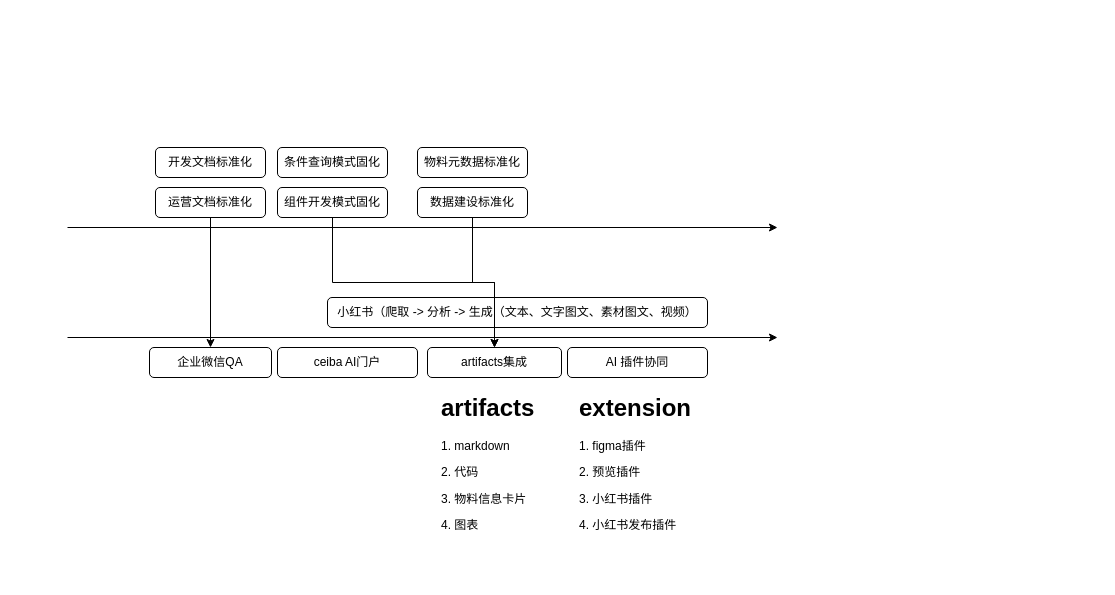
Before: ceiba_ai.drawio in axtrur/resource, a draw.io diagram. Source tidied: cells renumbered, new cells numbered last; positions are measured from the earlier drawing's top-left corner, leaving out a move shared by most shapes. Both pictures are drawn from the tidied source at 100%, with x=0, y=0 at pixel (67, 147).
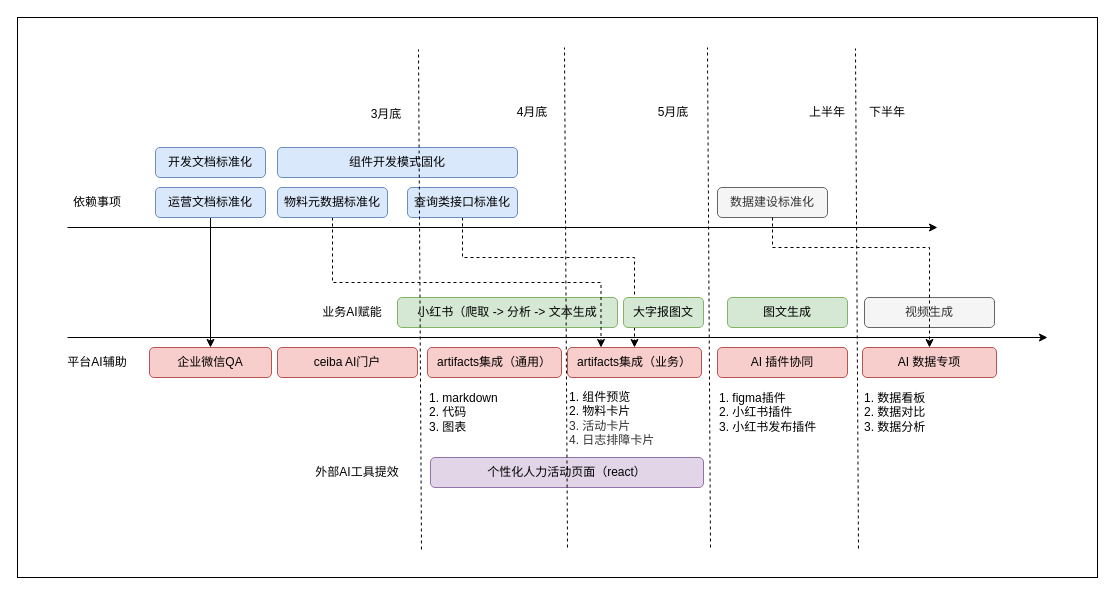
After the change.

Diff of the diagram source:
```diff
@@
+    <mxCell id="20" style="rounded=0;whiteSpace=wrap;html=1;" parent="1" vertex="1">
+      <mxGeometry x="-50" y="-130" width="1080" height="560" as="geometry" />
+    </mxCell>
-    <mxCell id="2" value="企业微信QA" style="rounded=1;whiteSpace=wrap;html=1;" parent="1" vertex="1">
+    <mxCell id="2" value="企业微信QA" style="rounded=1;whiteSpace=wrap;html=1;fillColor=#f8cecc;strokeColor=#b85450;" parent="1" vertex="1">
       <mxGeometry x="82" y="200" width="122" height="30" as="geometry" />
     </mxCell>
     <mxCell id="3" style="endArrow=classic;html=1;rounded=0;" parent="1" edge="1">
       <mxGeometry relative="1" as="geometry">
         <mxPoint y="80" as="sourcePoint" />
-        <mxPoint x="710" y="80" as="targetPoint" />
+        <mxPoint x="870" y="80" as="targetPoint" />
       </mxGeometry>
     </mxCell>
     <mxCell id="4" style="endArrow=classic;html=1;rounded=0;" parent="1" edge="1">
       <mxGeometry relative="1" as="geometry">
         <mxPoint y="190" as="sourcePoint" />
-        <mxPoint x="710" y="190" as="targetPoint" />
+        <mxPoint x="980" y="190" as="targetPoint" />
       </mxGeometry>
     </mxCell>
-    <mxCell id="5" value="ceiba AI门户" style="rounded=1;whiteSpace=wrap;html=1;" parent="1" vertex="1">
+    <mxCell id="5" value="ceiba AI门户" style="rounded=1;whiteSpace=wrap;html=1;fillColor=#f8cecc;strokeColor=#b85450;" parent="1" vertex="1">
       <mxGeometry x="210" y="200" width="140" height="30" as="geometry" />
     </mxCell>
-    <mxCell id="6" value="小红书（爬取 -&amp;gt; 分析 -&amp;gt; 生成（文本、文字图文、素材图文、视频）" style="rounded=1;whiteSpace=wrap;html=1;" parent="1" vertex="1">
-      <mxGeometry x="260" y="150" width="380" height="30" as="geometry" />
+    <mxCell id="6" value="小红书（爬取 -&amp;gt; 分析 -&amp;gt; 文本生成" style="rounded=1;whiteSpace=wrap;html=1;fillColor=#d5e8d4;strokeColor=#82b366;" parent="1" vertex="1">
+      <mxGeometry x="330" y="150" width="220" height="30" as="geometry" />
     </mxCell>
-    <mxCell id="7" value="AI 插件协同" style="rounded=1;whiteSpace=wrap;html=1;" parent="1" vertex="1">
-      <mxGeometry x="500" y="200" width="140" height="30" as="geometry" />
+    <mxCell id="7" value="AI 插件协同" style="rounded=1;whiteSpace=wrap;html=1;fillColor=#f8cecc;strokeColor=#b85450;" parent="1" vertex="1">
+      <mxGeometry x="650" y="200" width="130" height="30" as="geometry" />
     </mxCell>
-    <mxCell id="8" value="artifacts集成" style="rounded=1;whiteSpace=wrap;html=1;" parent="1" vertex="1">
+    <mxCell id="8" value="artifacts集成（通用）" style="rounded=1;whiteSpace=wrap;html=1;fillColor=#f8cecc;strokeColor=#b85450;" parent="1" vertex="1">
       <mxGeometry x="360" y="200" width="134" height="30" as="geometry" />
     </mxCell>
-    <mxCell id="9" value="&lt;h1 style=&quot;margin-top: 0px;&quot;&gt;artifacts&lt;/h1&gt;&lt;p&gt;1. markdown&lt;/p&gt;&lt;p&gt;2. 代码&lt;/p&gt;&lt;p&gt;3. 物料信息卡片&lt;/p&gt;&lt;p&gt;4. 图表&lt;/p&gt;" style="text;html=1;whiteSpace=wrap;overflow=hidden;rounded=0;" parent="1" vertex="1">
-      <mxGeometry x="372" y="240" width="110" height="160" as="geometry" />
-    </mxCell>
-    <mxCell id="10" value="&lt;h1 style=&quot;margin-top: 0px;&quot;&gt;extension&lt;/h1&gt;&lt;p&gt;1. figma插件&lt;/p&gt;&lt;p&gt;2. 预览插件&lt;/p&gt;&lt;p&gt;3. 小红书插件&lt;/p&gt;&lt;p&gt;4. 小红书发布插件&lt;/p&gt;" style="text;html=1;whiteSpace=wrap;overflow=hidden;rounded=0;" parent="1" vertex="1">
-      <mxGeometry x="510" y="240" width="120" height="160" as="geometry" />
-    </mxCell>
@@
-    <mxCell id="12" value="运营文档标准化" style="rounded=1;whiteSpace=wrap;html=1;" parent="1" vertex="1">
+    <mxCell id="12" value="运营文档标准化" style="rounded=1;whiteSpace=wrap;html=1;fillColor=#dae8fc;strokeColor=#6c8ebf;" parent="1" vertex="1">
       <mxGeometry x="88" y="40" width="110" height="30" as="geometry" />
     </mxCell>
-    <mxCell id="13" style="edgeStyle=orthogonalEdgeStyle;rounded=0;jettySize=auto;html=1;exitX=0.5;exitY=1;exitDx=0;exitDy=0;entryX=0.5;entryY=0;entryDx=0;entryDy=0;" parent="1" edge="1" source="14" target="8">
-      <mxGeometry relative="1" as="geometry" />
+    <mxCell id="13" style="edgeStyle=orthogonalEdgeStyle;rounded=0;jettySize=auto;html=1;exitX=0.5;exitY=1;exitDx=0;exitDy=0;entryX=0.5;entryY=0;entryDx=0;entryDy=0;dashed=1;" parent="1" edge="1" source="31" target="24">
+      <mxGeometry relative="1" as="geometry">
+        <Array as="points">
+          <mxPoint x="395" y="110" />
+          <mxPoint x="567" y="110" />
+        </Array>
+      </mxGeometry>
     </mxCell>
-    <mxCell id="14" value="组件开发模式固化" style="rounded=1;whiteSpace=wrap;html=1;" parent="1" vertex="1">
-      <mxGeometry x="210" y="40" width="110" height="30" as="geometry" />
+    <mxCell id="14" value="组件开发模式固化" style="rounded=1;whiteSpace=wrap;html=1;fillColor=#dae8fc;strokeColor=#6c8ebf;" parent="1" vertex="1">
+      <mxGeometry x="210" width="240" height="30" as="geometry" />
     </mxCell>
-    <mxCell id="15" value="条件查询模式固化" style="rounded=1;whiteSpace=wrap;html=1;" parent="1" vertex="1">
-      <mxGeometry x="210" width="110" height="30" as="geometry" />
-    </mxCell>
+    <mxCell id="21" style="edgeStyle=orthogonalEdgeStyle;rounded=0;jettySize=auto;html=1;exitX=0.5;exitY=1;exitDx=0;exitDy=0;entryX=0.25;entryY=0;entryDx=0;entryDy=0;dashed=1;" parent="1" edge="1" source="16" target="24">
+      <mxGeometry relative="1" as="geometry" />
+    </mxCell>
-    <mxCell id="16" value="物料元数据标准化" style="rounded=1;whiteSpace=wrap;html=1;" parent="1" vertex="1">
-      <mxGeometry x="350" width="110" height="30" as="geometry" />
+    <mxCell id="16" value="物料元数据标准化" style="rounded=1;whiteSpace=wrap;html=1;fillColor=#dae8fc;strokeColor=#6c8ebf;" parent="1" vertex="1">
+      <mxGeometry x="210" y="40" width="110" height="30" as="geometry" />
     </mxCell>
-    <mxCell id="17" style="edgeStyle=orthogonalEdgeStyle;rounded=0;jettySize=auto;html=1;exitX=0.5;exitY=1;exitDx=0;exitDy=0;" parent="1" edge="1" source="18" target="8">
-      <mxGeometry relative="1" as="geometry" />
-    </mxCell>
-    <mxCell id="18" value="数据建设标准化" style="rounded=1;whiteSpace=wrap;html=1;" parent="1" vertex="1">
-      <mxGeometry x="350" y="40" width="110" height="30" as="geometry" />
+    <mxCell id="18" value="数据建设标准化" style="rounded=1;whiteSpace=wrap;html=1;fillColor=#f5f5f5;fontColor=#333333;strokeColor=#666666;" parent="1" vertex="1">
+      <mxGeometry x="650" y="40" width="110" height="30" as="geometry" />
     </mxCell>
-    <mxCell id="19" value="开发文档标准化" style="rounded=1;whiteSpace=wrap;html=1;" parent="1" vertex="1">
+    <mxCell id="19" value="开发文档标准化" style="rounded=1;whiteSpace=wrap;html=1;fillColor=#dae8fc;strokeColor=#6c8ebf;" parent="1" vertex="1">
       <mxGeometry x="88" width="110" height="30" as="geometry" />
     </mxCell>
+    <mxCell id="22" value="视频生成" style="rounded=1;whiteSpace=wrap;html=1;fillColor=#f5f5f5;fontColor=#333333;strokeColor=#666666;" parent="1" vertex="1">
+      <mxGeometry x="797" y="150" width="130" height="30" as="geometry" />
+    </mxCell>
+    <mxCell id="23" value="大字报图文" style="rounded=1;whiteSpace=wrap;html=1;fillColor=#d5e8d4;strokeColor=#82b366;" parent="1" vertex="1">
+      <mxGeometry x="556" y="150" width="80" height="30" as="geometry" />
+    </mxCell>
+    <mxCell id="24" value="artifacts集成（业务）" style="rounded=1;whiteSpace=wrap;html=1;fillColor=#f8cecc;strokeColor=#b85450;" parent="1" vertex="1">
+      <mxGeometry x="500" y="200" width="134" height="30" as="geometry" />
+    </mxCell>
+    <mxCell id="25" value="1. 组件预览&lt;div&gt;2. 物料卡片&lt;/div&gt;&lt;div&gt;&lt;font style=&quot;color: rgb(51, 51, 51);&quot;&gt;3. 活动卡片&lt;/font&gt;&lt;/div&gt;&lt;div&gt;&lt;font style=&quot;color: rgb(51, 51, 51);&quot;&gt;4. 日志排障卡片&lt;/font&gt;&lt;/div&gt;" style="text;html=1;align=left;verticalAlign=middle;whiteSpace=wrap;rounded=0;" parent="1" vertex="1">
+      <mxGeometry x="500" y="236" width="110" height="70" as="geometry" />
+    </mxCell>
+    <mxCell id="26" value="1. markdown&lt;div&gt;2. 代码&lt;/div&gt;&lt;div&gt;&lt;span style=&quot;background-color: transparent; color: light-dark(rgb(0, 0, 0), rgb(255, 255, 255));&quot;&gt;3. 图表&lt;/span&gt;&lt;/div&gt;" style="text;html=1;align=left;verticalAlign=middle;whiteSpace=wrap;rounded=0;" parent="1" vertex="1">
+      <mxGeometry x="360" y="230" width="110" height="70" as="geometry" />
+    </mxCell>
+    <mxCell id="27" value="1. figma插件&lt;div&gt;2. 小红书插件&lt;/div&gt;&lt;div&gt;&lt;span style=&quot;background-color: transparent; color: light-dark(rgb(0, 0, 0), rgb(255, 255, 255));&quot;&gt;3. 小红书发布插件&lt;/span&gt;&lt;/div&gt;" style="text;html=1;align=left;verticalAlign=middle;whiteSpace=wrap;rounded=0;" parent="1" vertex="1">
+      <mxGeometry x="650" y="230" width="110" height="70" as="geometry" />
+    </mxCell>
+    <mxCell id="28" value="图文生成" style="rounded=1;whiteSpace=wrap;html=1;fillColor=#d5e8d4;strokeColor=#82b366;" parent="1" vertex="1">
+      <mxGeometry x="660" y="150" width="120" height="30" as="geometry" />
+    </mxCell>
+    <mxCell id="29" value="依赖事项" style="text;html=1;align=center;verticalAlign=middle;whiteSpace=wrap;rounded=0;" parent="1" vertex="1">
+      <mxGeometry y="40" width="60" height="30" as="geometry" />
+    </mxCell>
+    <mxCell id="30" value="平台AI辅助" style="text;html=1;align=center;verticalAlign=middle;whiteSpace=wrap;rounded=0;" parent="1" vertex="1">
+      <mxGeometry x="-10" y="200" width="80" height="30" as="geometry" />
+    </mxCell>
+    <mxCell id="31" value="查询类接口标准化" style="rounded=1;whiteSpace=wrap;html=1;fillColor=#dae8fc;strokeColor=#6c8ebf;" parent="1" vertex="1">
+      <mxGeometry x="340" y="40" width="110" height="30" as="geometry" />
+    </mxCell>
+    <mxCell id="32" value="业务AI赋能" style="text;html=1;align=center;verticalAlign=middle;whiteSpace=wrap;rounded=0;" parent="1" vertex="1">
+      <mxGeometry x="250" y="150" width="70" height="30" as="geometry" />
+    </mxCell>
+    <mxCell id="33" value="外部AI工具提效" style="text;html=1;align=center;verticalAlign=middle;whiteSpace=wrap;rounded=0;" parent="1" vertex="1">
+      <mxGeometry x="235" y="310" width="110" height="30" as="geometry" />
+    </mxCell>
+    <mxCell id="34" value="个性化人力活动页面（react）" style="rounded=1;whiteSpace=wrap;html=1;fillColor=#e1d5e7;strokeColor=#9673a6;" parent="1" vertex="1">
+      <mxGeometry x="363" y="310" width="273" height="30" as="geometry" />
+    </mxCell>
+    <mxCell id="35" style="endArrow=none;dashed=1;html=1;rounded=0;" parent="1" edge="1">
+      <mxGeometry relative="1" as="geometry">
+        <mxPoint x="791" y="401" as="sourcePoint" />
+        <mxPoint x="788" y="-99" as="targetPoint" />
+      </mxGeometry>
+    </mxCell>
+    <mxCell id="36" value="AI 数据专项" style="rounded=1;whiteSpace=wrap;html=1;fillColor=#f8cecc;strokeColor=#b85450;" parent="1" vertex="1">
+      <mxGeometry x="795" y="200" width="134" height="30" as="geometry" />
+    </mxCell>
+    <mxCell id="37" value="1. 数据看板&lt;div&gt;2. 数据对比&lt;/div&gt;&lt;div&gt;&lt;span style=&quot;background-color: transparent; color: light-dark(rgb(0, 0, 0), rgb(255, 255, 255));&quot;&gt;3. 数据分析&lt;/span&gt;&lt;/div&gt;" style="text;html=1;align=left;verticalAlign=middle;whiteSpace=wrap;rounded=0;" parent="1" vertex="1">
+      <mxGeometry x="795" y="230" width="110" height="70" as="geometry" />
+    </mxCell>
+    <mxCell id="38" value="上半年" style="text;html=1;align=center;verticalAlign=middle;whiteSpace=wrap;rounded=0;" parent="1" vertex="1">
+      <mxGeometry x="730" y="-50" width="60" height="30" as="geometry" />
+    </mxCell>
+    <mxCell id="39" value="下半年" style="text;html=1;align=center;verticalAlign=middle;whiteSpace=wrap;rounded=0;" parent="1" vertex="1">
+      <mxGeometry x="790" y="-50" width="60" height="30" as="geometry" />
+    </mxCell>
+    <mxCell id="40" style="edgeStyle=orthogonalEdgeStyle;rounded=0;jettySize=auto;html=1;exitX=0.5;exitY=1;exitDx=0;exitDy=0;entryX=0.5;entryY=0;entryDx=0;entryDy=0;dashed=1;" parent="1" edge="1" source="18" target="36">
+      <mxGeometry relative="1" as="geometry">
+        <Array as="points">
+          <mxPoint x="705" y="100" />
+          <mxPoint x="862" y="100" />
+        </Array>
+      </mxGeometry>
+    </mxCell>
+    <mxCell id="41" style="endArrow=none;dashed=1;html=1;rounded=0;" parent="1" edge="1">
+      <mxGeometry relative="1" as="geometry">
+        <mxPoint x="500" y="400" as="sourcePoint" />
+        <mxPoint x="497" y="-100" as="targetPoint" />
+      </mxGeometry>
+    </mxCell>
+    <mxCell id="42" value="4月底" style="text;html=1;align=center;verticalAlign=middle;whiteSpace=wrap;rounded=0;" parent="1" vertex="1">
+      <mxGeometry x="435" y="-50" width="60" height="30" as="geometry" />
+    </mxCell>
+    <mxCell id="43" style="endArrow=none;dashed=1;html=1;rounded=0;" parent="1" edge="1">
+      <mxGeometry relative="1" as="geometry">
+        <mxPoint x="643" y="400" as="sourcePoint" />
+        <mxPoint x="640" y="-100" as="targetPoint" />
+      </mxGeometry>
+    </mxCell>
+    <mxCell id="44" value="5月底" style="text;html=1;align=center;verticalAlign=middle;whiteSpace=wrap;rounded=0;" parent="1" vertex="1">
+      <mxGeometry x="576" y="-50" width="60" height="30" as="geometry" />
+    </mxCell>
+    <mxCell id="45" style="endArrow=none;dashed=1;html=1;rounded=0;" parent="1" edge="1">
+      <mxGeometry relative="1" as="geometry">
+        <mxPoint x="354" y="402" as="sourcePoint" />
+        <mxPoint x="351" y="-98" as="targetPoint" />
+      </mxGeometry>
+    </mxCell>
+    <mxCell id="46" value="3月底" style="text;html=1;align=center;verticalAlign=middle;whiteSpace=wrap;rounded=0;" parent="1" vertex="1">
+      <mxGeometry x="289" y="-48" width="60" height="30" as="geometry" />
+    </mxCell>
```
